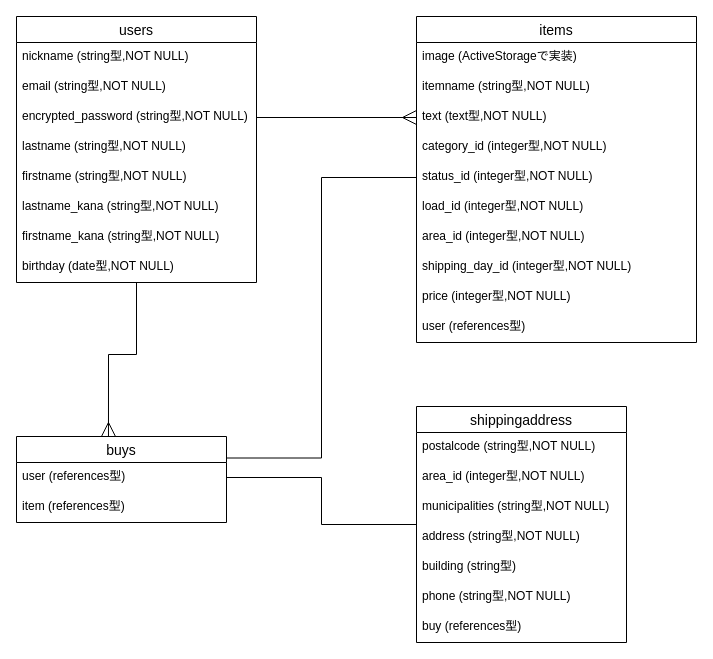
This is furima.dio from yutamiura7/furima-36425, a draw.io file, before an edit. Source tidied: cells renumbered, new cells numbered last; positions are measured from the earlier drawing's top-left corner, leaving out a move shared by most shapes. Both pictures are drawn from the tidied source at 100%, with x=0, y=0 at pixel (16, 16).
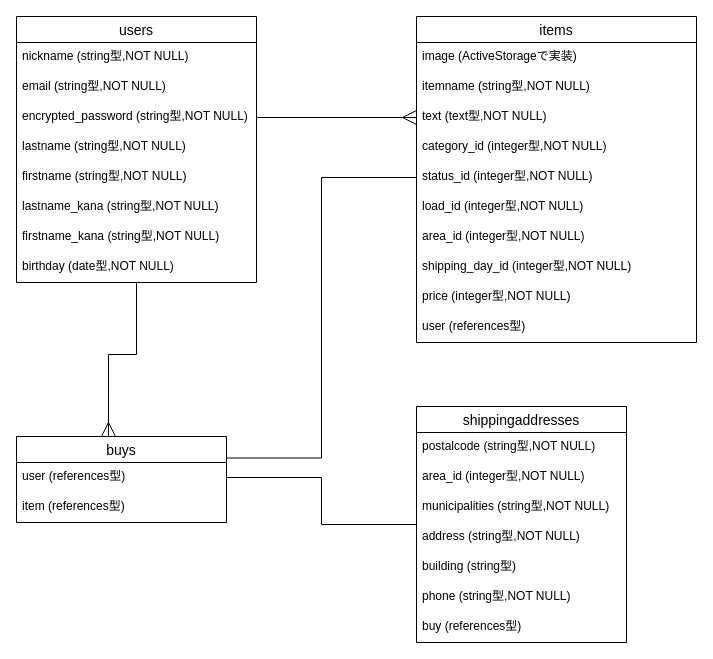
Above is the later version.

Commit message (it also covers changes not shown here):
shippingaddressesテーブルとER図修正3

The edit, as a diff of the source:
```diff
@@
-    <mxCell id="27" value="shippingaddress" style="swimlane;fontStyle=0;horizontal=1;startSize=26;align=center;fontSize=14;" parent="1" vertex="1">
+    <mxCell id="27" value="shippingaddresses" style="swimlane;fontStyle=0;horizontal=1;startSize=26;align=center;fontSize=14;" parent="1" vertex="1">
       <mxGeometry x="400" y="390" width="210" height="236" as="geometry" />
     </mxCell>
```
